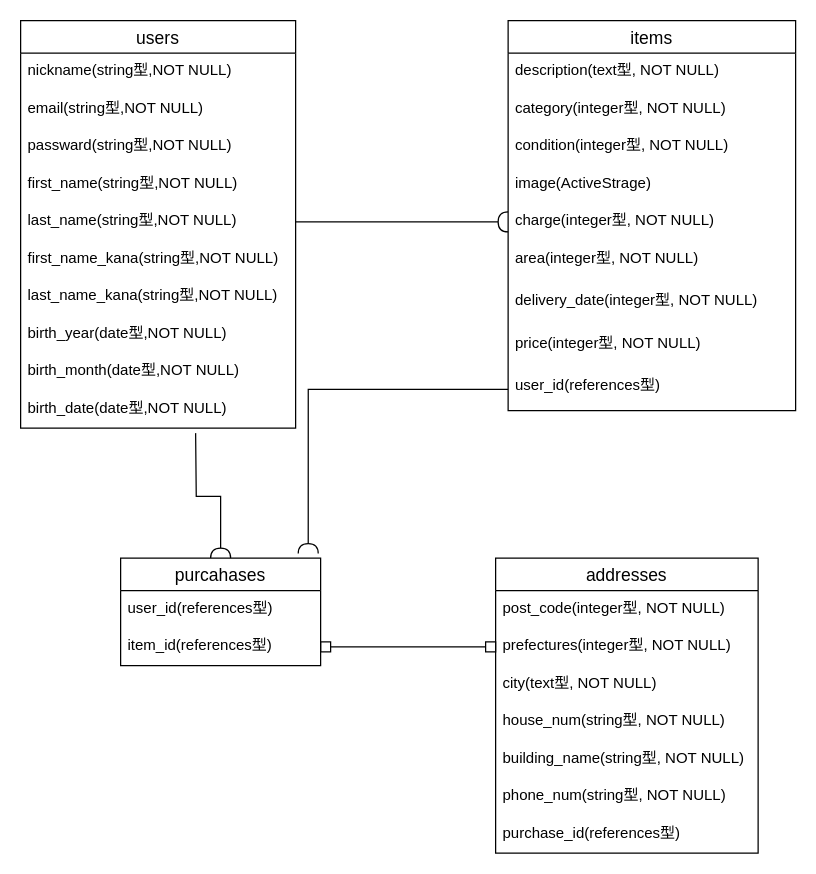
hajime-ITsyacho/furima-30445 keeps this draw.io diagram as furima.dio. Above is the earlier version. Source tidied: cells renumbered, new cells numbered last; positions are measured from the earlier drawing's top-left corner, leaving out a move shared by most shapes. Both pictures are drawn from the tidied source at 125%, with x=0, y=0 at pixel (20, 20).
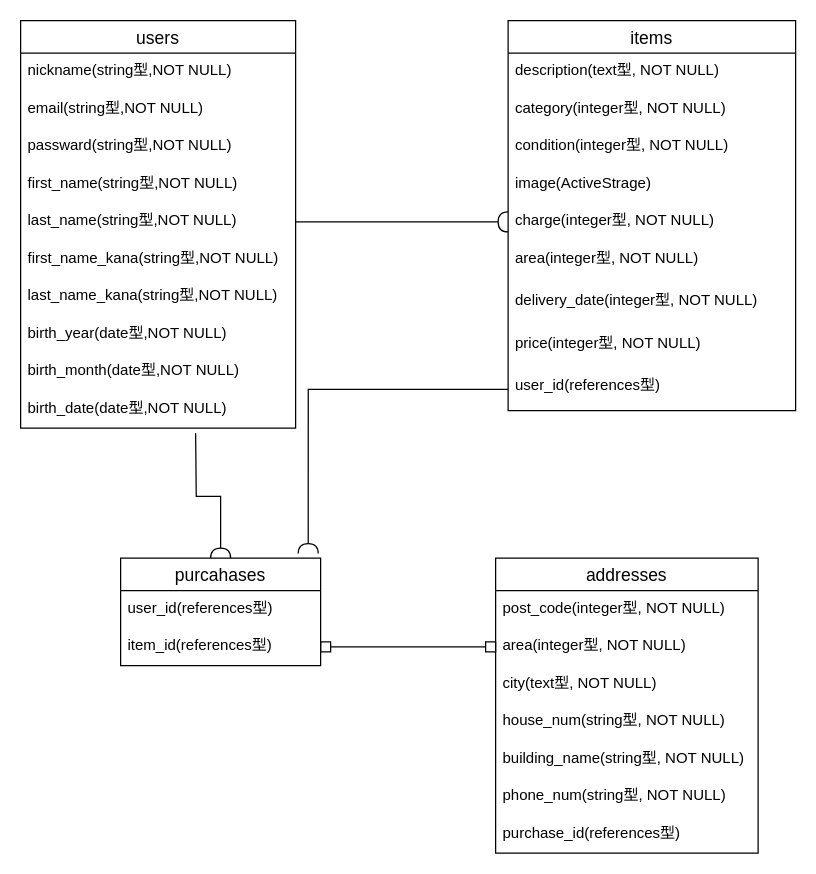
After the change.

Unchanged cells that the change refers to:
```xml
<mxCell id="27" value="addresses" style="swimlane;fontStyle=0;horizontal=1;startSize=26;align=center;fontSize=14;" parent="1" vertex="1">
  <mxGeometry x="380" y="430" width="210" height="236" as="geometry" />
</mxCell>
```

The edit, as a diff of the source:
```diff
@@
-    <mxCell id="29" value="prefectures(integer型, NOT NULL)" style="text;strokeColor=none;fillColor=none;spacingLeft=4;spacingRight=4;overflow=hidden;fontSize=12;" parent="27" vertex="1">
+    <mxCell id="29" value="area(integer型, NOT NULL)" style="text;strokeColor=none;fillColor=none;spacingLeft=4;spacingRight=4;overflow=hidden;fontSize=12;" parent="27" vertex="1">
       <mxGeometry y="56" width="210" height="30" as="geometry" />
     </mxCell>
```
